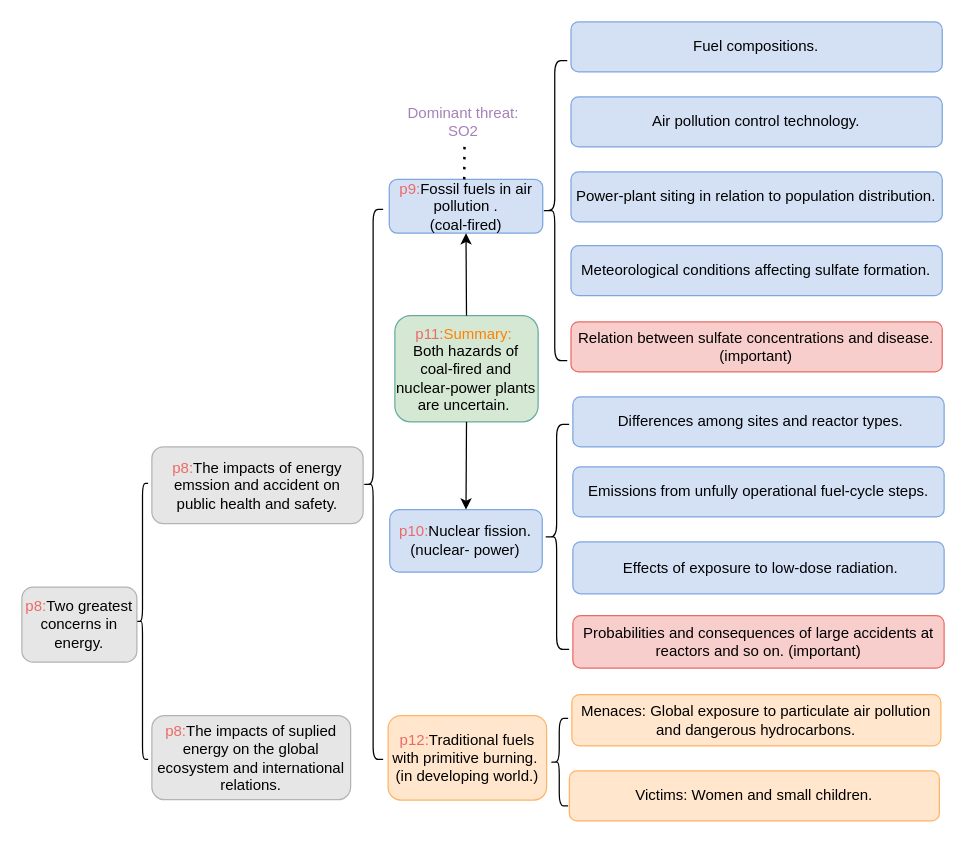
limengzhu3211/draw keeps this draw.io diagram as mindmap.drawio. Above is the earlier version. Source tidied: cells renumbered, new cells numbered last; positions are measured from the earlier drawing's top-left corner, leaving out a move shared by most shapes. Both pictures are drawn from the tidied source at 125%, with x=0, y=0 at pixel (21, 21).
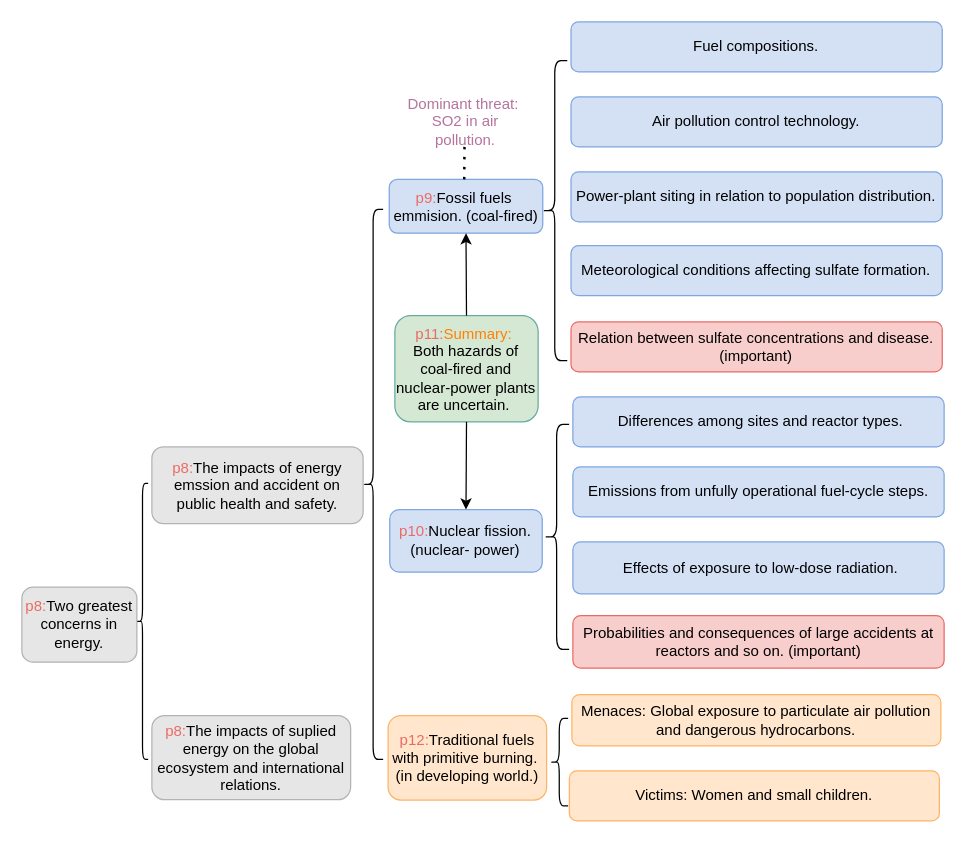
The same page after the edit.

The edit, as a diff of the source:
```diff
@@
-    <mxCell id="18" value="&lt;font color=&quot;#ea6b66&quot;&gt;p9:&lt;/font&gt;Fossil fuels in air pollution .&lt;br&gt;(coal-fired)" style="rounded=1;whiteSpace=wrap;html=1;fillColor=#D4E1F5;strokeColor=#7EA6E0;" parent="1" vertex="1">
+    <mxCell id="18" value="&lt;font color=&quot;#ea6b66&quot;&gt;p9:&lt;/font&gt;Fossil fuels&amp;nbsp; emmision. (coal-fired)" style="rounded=1;whiteSpace=wrap;html=1;fillColor=#D4E1F5;strokeColor=#7EA6E0;" parent="1" vertex="1">
       <mxGeometry x="293.9" y="126" width="122.8" height="43" as="geometry" />
     </mxCell>
@@
-    <mxCell id="21" value="&lt;span style=&quot;font-family: &amp;#34;helvetica&amp;#34;&quot;&gt;&lt;font color=&quot;#a680b8&quot;&gt;Dominant threat:&amp;nbsp;&lt;br&gt;SO2&amp;nbsp;&lt;/font&gt;&lt;/span&gt;" style="text;html=1;strokeColor=none;fillColor=none;align=center;verticalAlign=middle;whiteSpace=wrap;rounded=0;" parent="1" vertex="1">
+    <mxCell id="21" value="&lt;font color=&quot;#b5739d&quot;&gt;&lt;span style=&quot;font-family: &amp;#34;helvetica&amp;#34;&quot;&gt;Dominant threat:&amp;nbsp;&lt;br&gt;SO2&amp;nbsp;&lt;/span&gt;in air pollution.&lt;/font&gt;" style="text;html=1;strokeColor=none;fillColor=none;align=center;verticalAlign=middle;whiteSpace=wrap;rounded=0;" parent="1" vertex="1">
       <mxGeometry x="302.3" y="60" width="106" height="40" as="geometry" />
     </mxCell>
```
